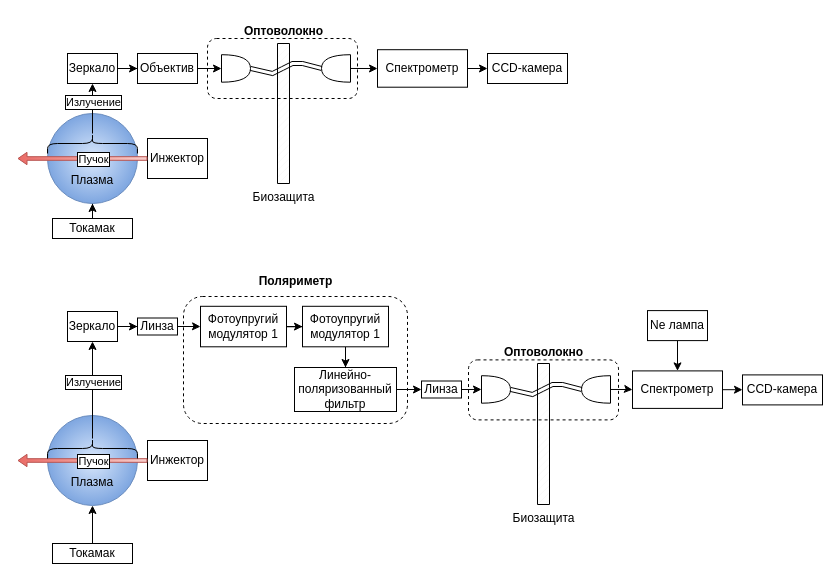
Above: Диаграмма без названия.drawio in Mr-Boshi/diagrams (draw.io), before the change. Source tidied: cells renumbered, new cells numbered last; positions are measured from the earlier drawing's top-left corner, leaving out a move shared by most shapes. Both pictures are drawn from the tidied source at 100%, with x=0, y=0 at pixel (17, 16).
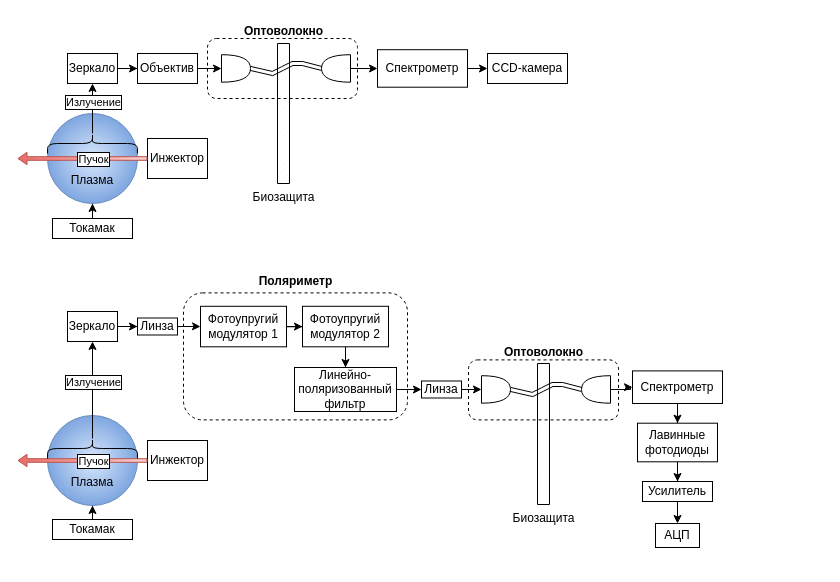
The same page after the edit.

Diff of the diagram source:
```diff
@@
     <mxCell id="22" value="Токамак" style="rounded=0;whiteSpace=wrap;html=1;" parent="1" vertex="1">
-      <mxGeometry x="35" y="527" width="80" height="20" as="geometry" />
+      <mxGeometry x="35" y="503" width="80" height="20" as="geometry" />
     </mxCell>
@@
-    <mxCell id="38" value="Фотоупругий модулятор 1" style="rounded=0;whiteSpace=wrap;html=1;" parent="1" vertex="1">
+    <mxCell id="38" value="Фотоупругий модулятор 2" style="rounded=0;whiteSpace=wrap;html=1;" parent="1" vertex="1">
       <mxGeometry x="285" y="289.8" width="86" height="40.5" as="geometry" />
     </mxCell>
@@
     <mxCell id="40" style="rounded=1;whiteSpace=wrap;html=1;dashed=1;fillColor=none;" parent="1" vertex="1">
-      <mxGeometry x="166" y="280" width="224" height="127" as="geometry" />
+      <mxGeometry x="166" y="276.4" width="224" height="127" as="geometry" />
     </mxCell>
@@
     <mxCell id="43" value="Спектрометр" style="rounded=0;whiteSpace=wrap;html=1;" parent="1" vertex="1">
-      <mxGeometry x="615" y="354.4" width="90" height="37.5" as="geometry" />
+      <mxGeometry x="615" y="354.4" width="90" height="32.6" as="geometry" />
     </mxCell>
-    <mxCell id="44" style="edgeStyle=orthogonalEdgeStyle;rounded=0;jettySize=auto;html=1;" parent="1" edge="1" source="45" target="43">
-      <mxGeometry relative="1" as="geometry" />
-    </mxCell>
-    <mxCell id="45" value="Ne лампа" style="rounded=0;whiteSpace=wrap;html=1;" parent="1" vertex="1">
-      <mxGeometry x="630" y="294.1" width="60" height="30" as="geometry" />
-    </mxCell>
+    <mxCell id="60" style="edgeStyle=orthogonalEdgeStyle;rounded=0;jettySize=auto;html=1;entryX=0.5;entryY=0;entryDx=0;entryDy=0;" parent="1" edge="1" source="46" target="62">
+      <mxGeometry relative="1" as="geometry" />
+    </mxCell>
-    <mxCell id="46" value="CCD-камера" style="rounded=0;whiteSpace=wrap;html=1;" parent="1" vertex="1">
-      <mxGeometry x="725" y="358.4" width="80" height="30" as="geometry" />
+    <mxCell id="46" value="Лавинные фотодиоды" style="rounded=0;whiteSpace=wrap;html=1;" parent="1" vertex="1">
+      <mxGeometry x="620" y="406.7" width="80" height="38.6" as="geometry" />
     </mxCell>
@@
+    <mxCell id="61" style="edgeStyle=orthogonalEdgeStyle;rounded=0;jettySize=auto;html=1;" parent="1" edge="1" source="62" target="63">
+      <mxGeometry relative="1" as="geometry" />
+    </mxCell>
+    <mxCell id="62" value="Усилитель" style="rounded=0;whiteSpace=wrap;html=1;" parent="1" vertex="1">
+      <mxGeometry x="625" y="465" width="70" height="20" as="geometry" />
+    </mxCell>
+    <mxCell id="63" value="АЦП" style="rounded=0;whiteSpace=wrap;html=1;" parent="1" vertex="1">
+      <mxGeometry x="638" y="507" width="44" height="24" as="geometry" />
+    </mxCell>
```
